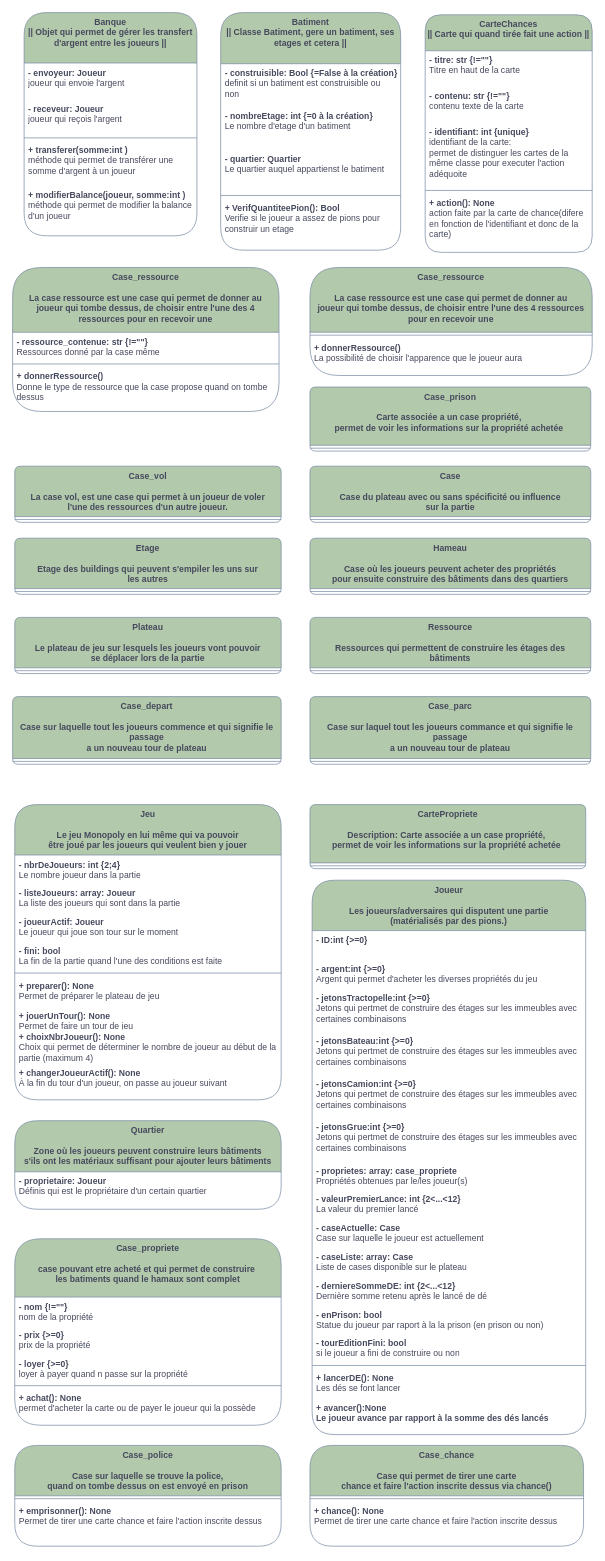
Above: page "Classes suposée finie" (4 of 5) of B__Analyse/DiagrameDesClasses.drawio in gazhonsepaskwa/builder (draw.io), before the change. Source tidied: cells renumbered, new cells numbered last; positions are measured from the earlier drawing's top-left corner, leaving out a move shared by most shapes. Both pictures are drawn from the tidied source at 72%, with x=0, y=0 at pixel (12, 12).
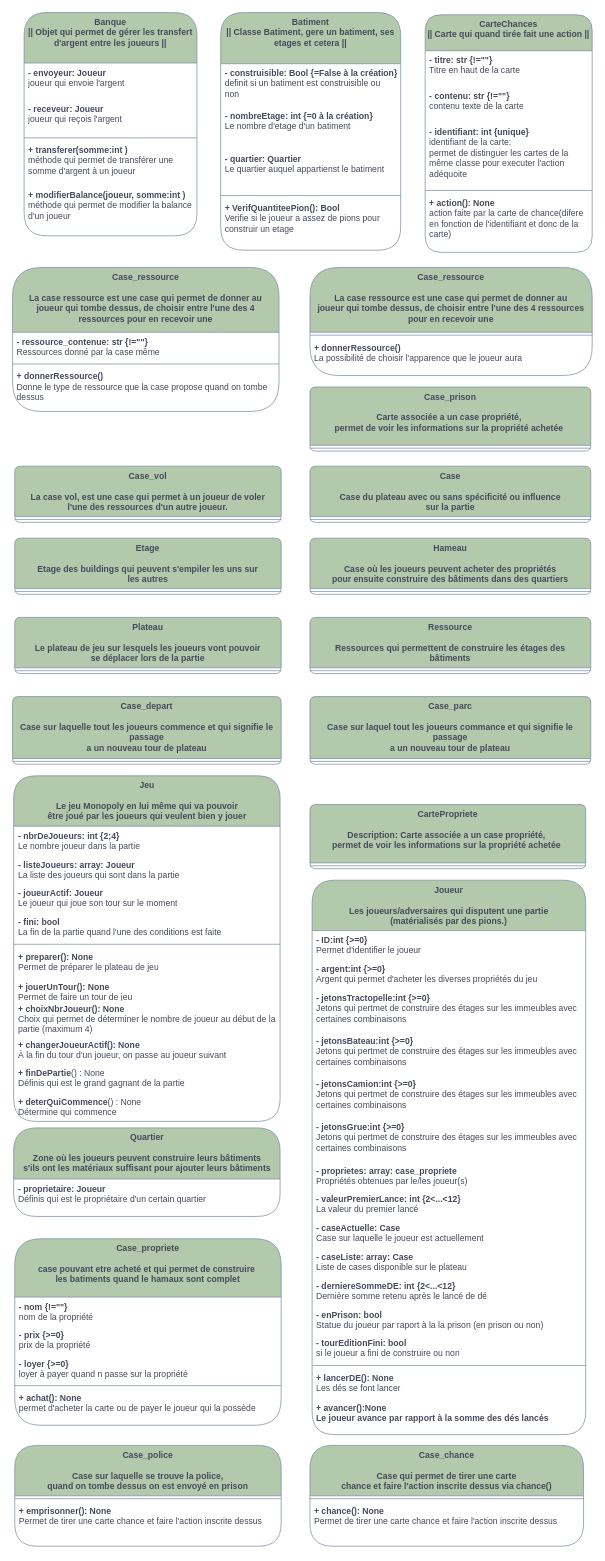
The same diagram, later.

The change refers to these unchanged cells:
```xml
<mxCell id="45" value="&lt;div&gt;Joueur&lt;/div&gt;&lt;div&gt;&lt;br&gt;&lt;/div&gt;Les joueurs/adversaires qui disputent une partie&lt;br&gt;(matérialisés par des pions.)" style="swimlane;fontStyle=1;align=center;verticalAlign=top;horizontal=1;startSize=70;whiteSpace=wrap;html=1;labelBackgroundColor=none;fillColor=#B2C9AB;strokeColor=#788AA3;fontColor=#46495D;rounded=1;" parent="1" vertex="1">
  <mxGeometry x="416" y="1205" width="380" height="770" as="geometry" />
</mxCell>
```

Change to the diagram source:
```diff
@@
     <mxCell id="35" value="&lt;div&gt;Jeu&lt;/div&gt;&lt;div&gt;&lt;br&gt;&lt;/div&gt;Le jeu Monopoly en lui même qui va pouvoir&lt;br&gt;être joué par les joueurs qui veulent bien y jouer" style="swimlane;fontStyle=1;align=center;verticalAlign=top;horizontal=1;startSize=70;whiteSpace=wrap;html=1;labelBackgroundColor=none;fillColor=#B2C9AB;strokeColor=#788AA3;fontColor=#46495D;rounded=1;" parent="1" vertex="1">
-      <mxGeometry x="3" y="1100" width="370" height="410" as="geometry" />
+      <mxGeometry x="1.5" y="1060" width="370" height="480" as="geometry" />
     </mxCell>
@@
     <mxCell id="44" value="&lt;div&gt;&lt;b&gt;+ changerJoueurActif(): None&lt;br&gt;&lt;/b&gt;&lt;/div&gt;&lt;div&gt;À la fin du tour d'un joueur, on passe au joueur suivant&lt;/div&gt;" style="text;strokeColor=none;fillColor=none;align=left;verticalAlign=top;spacingLeft=4;spacingRight=4;overflow=hidden;whiteSpace=wrap;html=1;labelBackgroundColor=none;fontColor=#46495D;rounded=1;" parent="35" vertex="1">
-      <mxGeometry y="360" width="370" height="50" as="geometry" />
+      <mxGeometry y="360" width="370" height="40" as="geometry" />
     </mxCell>
+    <mxCell id="88" value="&lt;div&gt;&lt;b&gt;+ finDePartie&lt;/b&gt;() : None&lt;/div&gt;Définis qui est le grand gagnant de la partie" style="text;strokeColor=none;fillColor=none;align=left;verticalAlign=top;spacingLeft=4;spacingRight=4;overflow=hidden;whiteSpace=wrap;html=1;labelBackgroundColor=none;fontColor=#46495D;rounded=1;" parent="35" vertex="1">
+      <mxGeometry y="400" width="370" height="40" as="geometry" />
+    </mxCell>
+    <mxCell id="89" value="&lt;div&gt;&lt;b&gt;+ deterQuiCommence&lt;/b&gt;() : None&lt;/div&gt;&lt;div&gt;Détermine qui commence&lt;br&gt;&lt;/div&gt;" style="text;strokeColor=none;fillColor=none;align=left;verticalAlign=top;spacingLeft=4;spacingRight=4;overflow=hidden;whiteSpace=wrap;html=1;labelBackgroundColor=none;fontColor=#46495D;rounded=1;" parent="35" vertex="1">
+      <mxGeometry y="440" width="370" height="40" as="geometry" />
+    </mxCell>
@@
-    <mxCell id="46" value="&lt;div&gt;&lt;b&gt;- ID&lt;/b&gt;&lt;b style=&quot;background-color: initial; border-color: var(--border-color);&quot;&gt;:int {&amp;gt;=0}&lt;/b&gt;&lt;/div&gt;&lt;div&gt;&lt;br&gt;&lt;/div&gt;" style="text;strokeColor=none;fillColor=none;align=left;verticalAlign=top;spacingLeft=4;spacingRight=4;overflow=hidden;whiteSpace=wrap;html=1;labelBackgroundColor=none;fontColor=#46495D;rounded=1;" parent="45" vertex="1">
+    <mxCell id="46" value="&lt;div&gt;&lt;b&gt;- ID&lt;/b&gt;&lt;b style=&quot;background-color: initial; border-color: var(--border-color);&quot;&gt;:int {&amp;gt;=0}&lt;/b&gt;&lt;/div&gt;&lt;div&gt;Permet d'identifier le joueur&lt;br&gt;&lt;/div&gt;" style="text;strokeColor=none;fillColor=none;align=left;verticalAlign=top;spacingLeft=4;spacingRight=4;overflow=hidden;whiteSpace=wrap;html=1;labelBackgroundColor=none;fontColor=#46495D;rounded=1;" parent="45" vertex="1">
       <mxGeometry y="70" width="380" height="40" as="geometry" />
     </mxCell>
@@
     <mxCell id="64" value="&lt;div&gt;Quartier&lt;/div&gt;&lt;div&gt;&lt;br&gt;&lt;/div&gt;&lt;div&gt;Zone où les joueurs peuvent construire leurs bâtiments&lt;/div&gt;s'ils ont les matériaux suffisant pour ajouter leurs bâtiments" style="swimlane;fontStyle=1;align=center;verticalAlign=top;horizontal=1;startSize=71;whiteSpace=wrap;html=1;labelBackgroundColor=none;fillColor=#B2C9AB;strokeColor=#788AA3;fontColor=#46495D;rounded=1;" parent="1" vertex="1">
-      <mxGeometry x="3" y="1539" width="370" height="123" as="geometry" />
+      <mxGeometry x="1.5" y="1549" width="370" height="123" as="geometry" />
     </mxCell>
```
